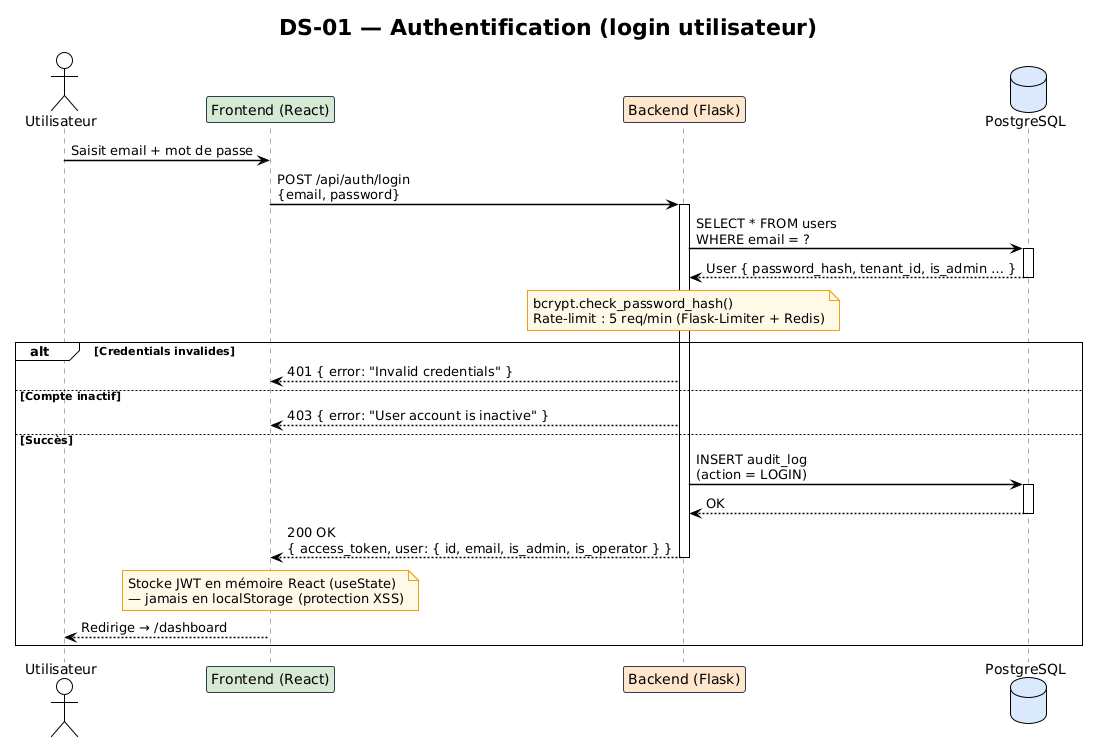
Earlier version of the PlantUML export docs/uml/seq-login.png (xDiogow/PhishNet).
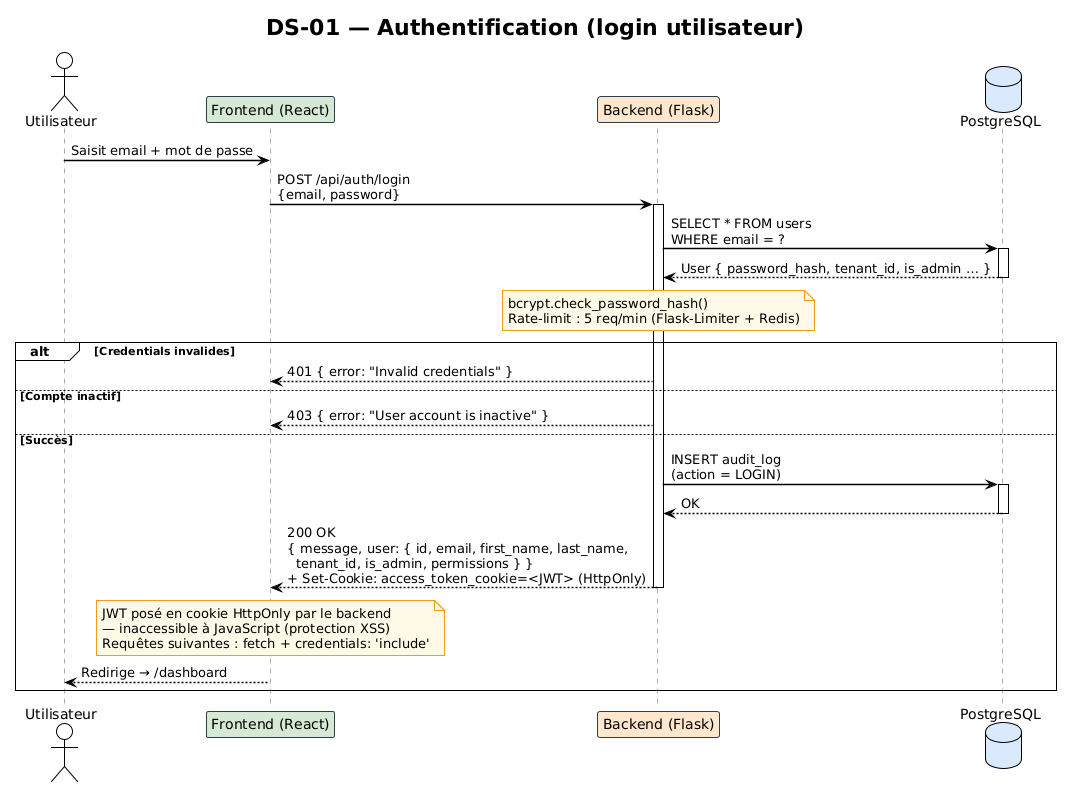
After the commit.

Change to the diagram source:
```diff
@@ -39,12 +39,13 @@
   DB --> BE : OK
   deactivate DB
 
-  BE --> FE : 200 OK\n{ access_token, user: { id, email, is_admin, is_operator } }
+  BE --> FE : 200 OK\n{ message, user: { id, email, first_name, last_name,\n  tenant_id, is_admin, permissions } }\n+ Set-Cookie: access_token_cookie=<JWT> (HttpOnly)
   deactivate BE
 
   note over FE
-    Stocke JWT en mémoire React (useState)
-    — jamais en localStorage (protection XSS)
+    JWT posé en cookie HttpOnly par le backend
+    — inaccessible à JavaScript (protection XSS)
+    Requêtes suivantes : fetch + credentials: 'include'
   end note
 
   FE --> U : Redirige → /dashboard
```
